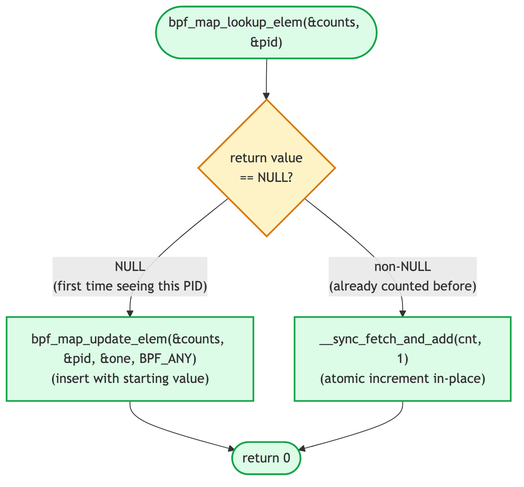
biefy/books keeps this Mermaid diagram as ebpf/src/diagrams/day02_lookup_flow.png. Above is the earlier version. Its source is kept beside it as ebpf/src/diagrams/src/day02_lookup_flow.mmd. The source it was exported from:
```mermaid
flowchart TD
    Start(["bpf_map_lookup_elem(&counts, &pid)"])
    Decide{"return value\n== NULL?"}
    Update["bpf_map_update_elem(&counts, &pid, &one, BPF_ANY)\n(insert with starting value)"]
    Atomic["__sync_fetch_and_add(cnt, 1)\n(atomic increment in-place)"]
    Out(["return 0"])

    Start --> Decide
    Decide -->|"NULL\n(first time seeing this PID)"| Update
    Decide -->|"non-NULL\n(already counted before)"| Atomic
    Update --> Out
    Atomic --> Out

    classDef hot fill:#fef3c7,stroke:#d97706,stroke-width:2px
    classDef ok fill:#dcfce7,stroke:#16a34a,stroke-width:2px
    classDef bad fill:#fee2e2,stroke:#dc2626,stroke-width:2px
    class Decide hot
    class Atomic,Update ok
    class Start,Out ok
```
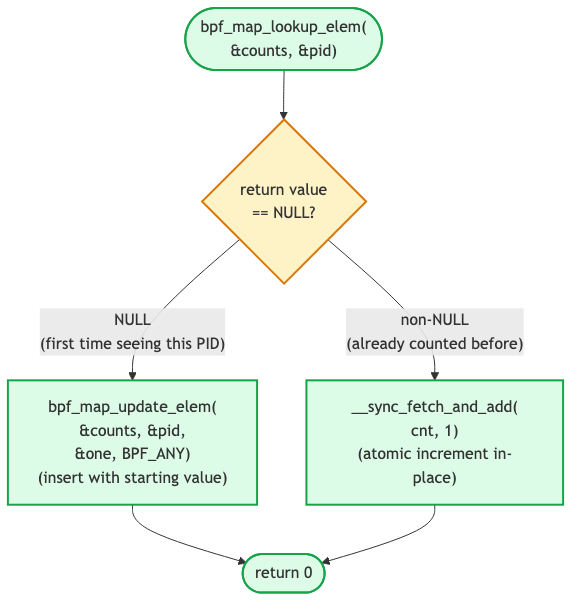
After the commit.

Diff of the diagram source:
```diff
@@ -1,8 +1,8 @@
 flowchart TD
-    Start(["bpf_map_lookup_elem(&counts, &pid)"])
+    Start(["bpf_map_lookup_elem(\n&counts, &pid)"])
     Decide{"return value\n== NULL?"}
-    Update["bpf_map_update_elem(&counts, &pid, &one, BPF_ANY)\n(insert with starting value)"]
-    Atomic["__sync_fetch_and_add(cnt, 1)\n(atomic increment in-place)"]
+    Update["bpf_map_update_elem(\n&counts, &pid,\n&one, BPF_ANY)\n(insert with starting value)"]
+    Atomic["__sync_fetch_and_add(\ncnt, 1)\n(atomic increment in-place)"]
     Out(["return 0"])
 
     Start --> Decide
```
